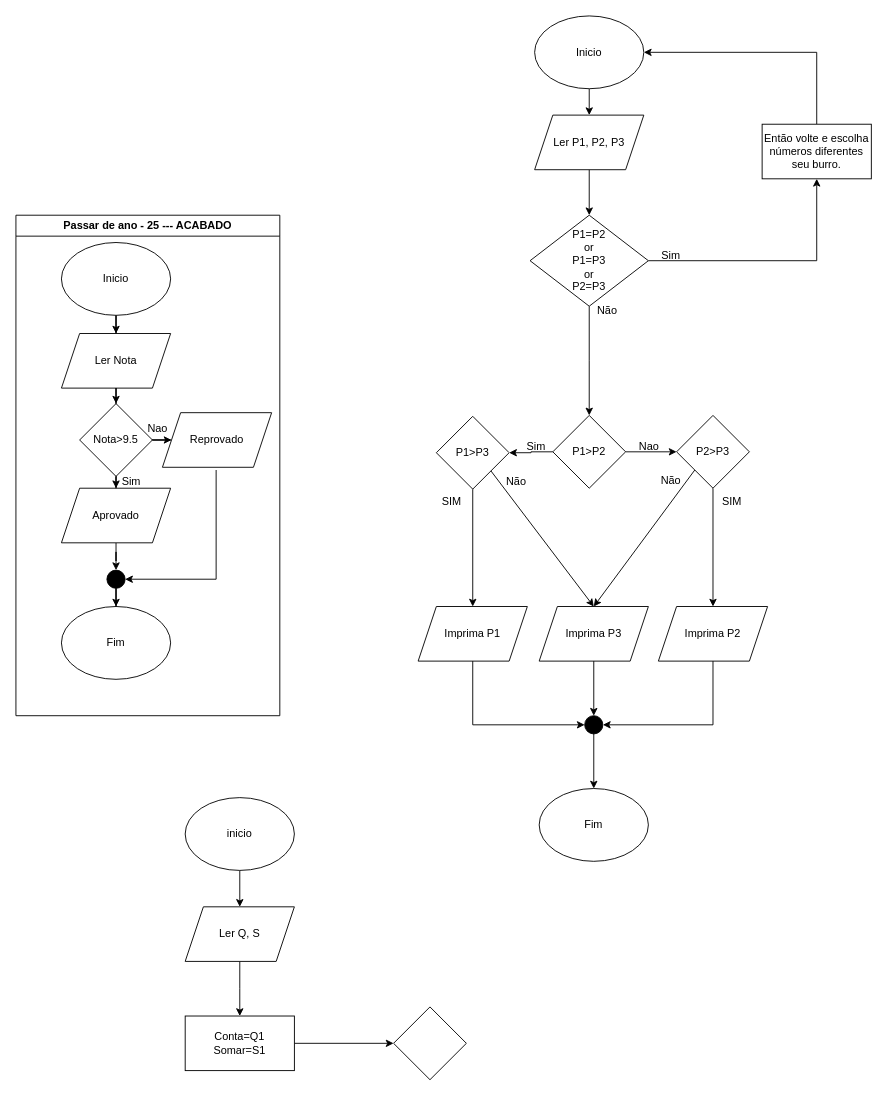
The draw.io diagram fluxogramas adiantados.drawio in pedrooomrqs/fluxograms, before the edit. Source tidied: cells renumbered, new cells numbered last; positions are measured from the earlier drawing's top-left corner, leaving out a move shared by most shapes. Both pictures are drawn from the tidied source at 91%, with x=0, y=0 at pixel (15, 15).
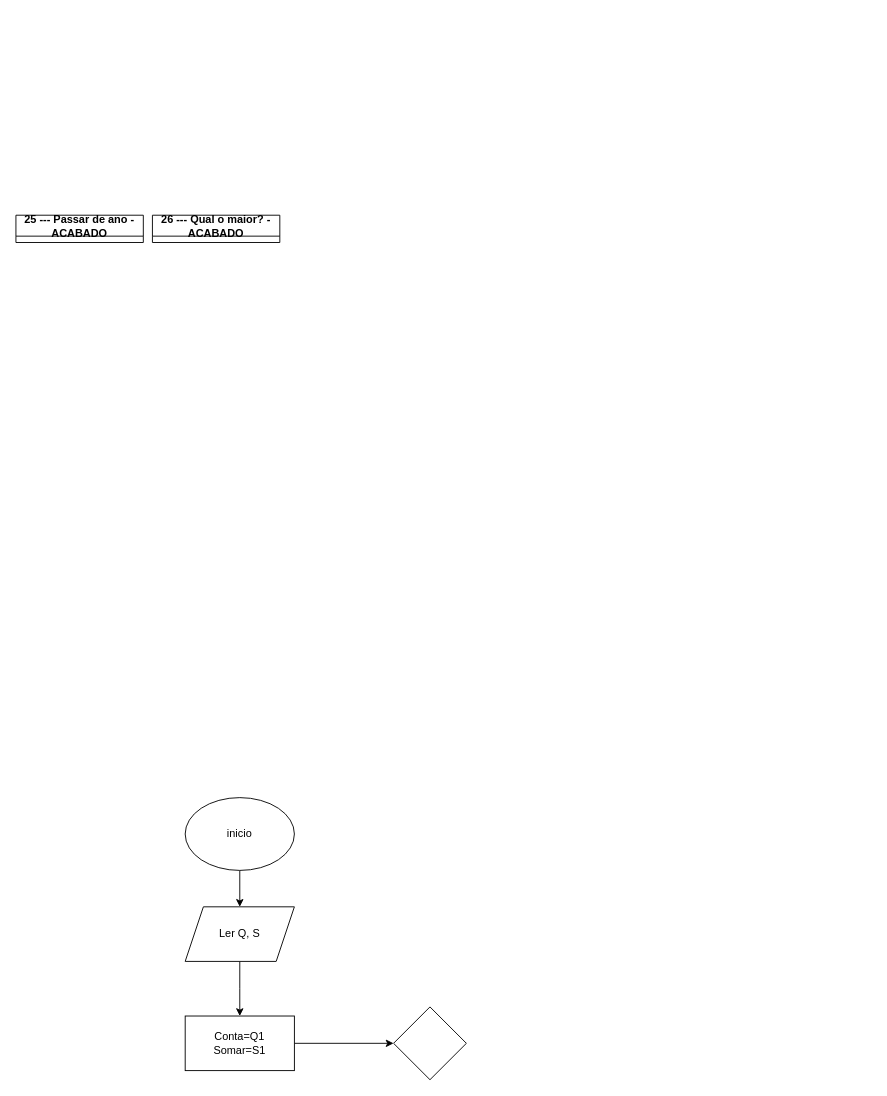
Above is the later version.

Change to the diagram source:
```diff
@@
-    <mxCell id="2" style="edgeStyle=orthogonalEdgeStyle;rounded=0;jettySize=auto;html=1;" parent="1" edge="1" source="3" target="5">
-      <mxGeometry relative="1" as="geometry" />
-    </mxCell>
-    <mxCell id="3" value="Inicio" style="ellipse;whiteSpace=wrap;html=1;" parent="1" vertex="1">
-      <mxGeometry x="50" y="249" width="120" height="80" as="geometry" />
-    </mxCell>
-    <mxCell id="4" style="edgeStyle=orthogonalEdgeStyle;rounded=0;jettySize=auto;html=1;" parent="1" edge="1" source="5" target="8">
-      <mxGeometry relative="1" as="geometry" />
-    </mxCell>
-    <mxCell id="5" value="Ler Nota" style="shape=parallelogram;perimeter=parallelogramPerimeter;whiteSpace=wrap;html=1;fixedSize=1;" parent="1" vertex="1">
-      <mxGeometry x="50" y="349" width="120" height="60" as="geometry" />
-    </mxCell>
-    <mxCell id="6" style="edgeStyle=orthogonalEdgeStyle;rounded=0;jettySize=auto;html=1;entryX=0;entryY=0.5;entryDx=0;entryDy=0;" parent="1" edge="1" source="8" target="9">
-      <mxGeometry relative="1" as="geometry" />
-    </mxCell>
-    <mxCell id="7" style="edgeStyle=orthogonalEdgeStyle;rounded=0;jettySize=auto;html=1;entryX=0.5;entryY=0;entryDx=0;entryDy=0;" parent="1" edge="1" source="8" target="12">
-      <mxGeometry relative="1" as="geometry" />
-    </mxCell>
-    <mxCell id="8" value="Nota&amp;gt;9.5" style="rhombus;whiteSpace=wrap;html=1;" parent="1" vertex="1">
-      <mxGeometry x="70" y="426" width="80" height="80" as="geometry" />
-    </mxCell>
-    <mxCell id="9" value="Reprovado" style="shape=parallelogram;perimeter=parallelogramPerimeter;whiteSpace=wrap;html=1;fixedSize=1;" parent="1" vertex="1">
-      <mxGeometry x="161" y="436" width="120" height="60" as="geometry" />
-    </mxCell>
-    <mxCell id="10" value="Nao" style="text;html=1;align=center;verticalAlign=middle;whiteSpace=wrap;rounded=0;" parent="1" vertex="1">
-      <mxGeometry x="126" y="439" width="60" height="30" as="geometry" />
-    </mxCell>
-    <mxCell id="11" style="edgeStyle=orthogonalEdgeStyle;rounded=0;jettySize=auto;html=1;" parent="1" edge="1" source="12" target="30">
-      <mxGeometry relative="1" as="geometry" />
-    </mxCell>
-    <mxCell id="12" value="Aprovado" style="shape=parallelogram;perimeter=parallelogramPerimeter;whiteSpace=wrap;html=1;fixedSize=1;" parent="1" vertex="1">
-      <mxGeometry x="50" y="519" width="120" height="60" as="geometry" />
-    </mxCell>
-    <mxCell id="13" value="Sim" style="text;html=1;align=center;verticalAlign=middle;whiteSpace=wrap;rounded=0;" parent="1" vertex="1">
-      <mxGeometry x="97" y="497" width="60" height="30" as="geometry" />
-    </mxCell>
-    <mxCell id="14" value="Fim" style="ellipse;whiteSpace=wrap;html=1;" parent="1" vertex="1">
-      <mxGeometry x="50" y="649" width="120" height="80" as="geometry" />
-    </mxCell>
-    <mxCell id="15" style="edgeStyle=orthogonalEdgeStyle;rounded=0;jettySize=auto;html=1;exitX=0.5;exitY=1;exitDx=0;exitDy=0;entryX=0.5;entryY=0;entryDx=0;entryDy=0;" parent="1" edge="1" source="16" target="21">
-      <mxGeometry relative="1" as="geometry" />
-    </mxCell>
-    <mxCell id="16" value="Inicio" style="ellipse;whiteSpace=wrap;html=1;" parent="1" vertex="1">
-      <mxGeometry x="570" width="120" height="80" as="geometry" />
-    </mxCell>
-    <mxCell id="17" style="edgeStyle=orthogonalEdgeStyle;rounded=0;jettySize=auto;html=1;" parent="1" edge="1" source="19" target="23">
-      <mxGeometry relative="1" as="geometry" />
-    </mxCell>
-    <mxCell id="18" style="edgeStyle=orthogonalEdgeStyle;rounded=0;jettySize=auto;html=1;" parent="1" edge="1" source="19" target="26">
-      <mxGeometry relative="1" as="geometry" />
-    </mxCell>
-    <mxCell id="19" value="P1&amp;gt;P2" style="rhombus;whiteSpace=wrap;html=1;" parent="1" vertex="1">
-      <mxGeometry x="590" y="439" width="80" height="80" as="geometry" />
-    </mxCell>
-    <mxCell id="20" style="edgeStyle=orthogonalEdgeStyle;rounded=0;jettySize=auto;html=1;" parent="1" edge="1" source="21" target="36">
-      <mxGeometry relative="1" as="geometry" />
-    </mxCell>
-    <mxCell id="21" value="Ler P1, P2, P3" style="shape=parallelogram;perimeter=parallelogramPerimeter;whiteSpace=wrap;html=1;fixedSize=1;" parent="1" vertex="1">
-      <mxGeometry x="570" y="109" width="120" height="60" as="geometry" />
-    </mxCell>
-    <mxCell id="22" style="edgeStyle=orthogonalEdgeStyle;rounded=0;jettySize=auto;html=1;entryX=0.5;entryY=0;entryDx=0;entryDy=0;" parent="1" edge="1" source="23" target="46">
-      <mxGeometry relative="1" as="geometry" />
-    </mxCell>
-    <mxCell id="23" value="P2&amp;gt;P3" style="rhombus;whiteSpace=wrap;html=1;" parent="1" vertex="1">
-      <mxGeometry x="726" y="439" width="80" height="80" as="geometry" />
-    </mxCell>
-    <mxCell id="24" value="Nao" style="text;html=1;align=center;verticalAlign=middle;whiteSpace=wrap;rounded=0;" parent="1" vertex="1">
-      <mxGeometry x="666" y="459" width="60" height="30" as="geometry" />
-    </mxCell>
-    <mxCell id="25" style="edgeStyle=orthogonalEdgeStyle;rounded=0;jettySize=auto;html=1;" parent="1" edge="1" source="26" target="50">
-      <mxGeometry relative="1" as="geometry" />
-    </mxCell>
-    <mxCell id="26" value="P1&amp;gt;P3" style="rhombus;whiteSpace=wrap;html=1;" parent="1" vertex="1">
-      <mxGeometry x="462" y="440" width="80" height="80" as="geometry" />
-    </mxCell>
-    <mxCell id="27" value="Sim" style="text;html=1;align=center;verticalAlign=middle;whiteSpace=wrap;rounded=0;" parent="1" vertex="1">
-      <mxGeometry x="542" y="459" width="60" height="30" as="geometry" />
-    </mxCell>
-    <mxCell id="28" value="Fim" style="ellipse;whiteSpace=wrap;html=1;" parent="1" vertex="1">
-      <mxGeometry x="575" y="849" width="120" height="80" as="geometry" />
-    </mxCell>
-    <mxCell id="29" style="edgeStyle=orthogonalEdgeStyle;rounded=0;jettySize=auto;html=1;" parent="1" edge="1" source="30" target="14">
-      <mxGeometry relative="1" as="geometry" />
-    </mxCell>
-    <mxCell id="30" style="ellipse;whiteSpace=wrap;html=1;fillColor=#000000;" parent="1" vertex="1">
-      <mxGeometry x="100" y="609" width="20" height="20" as="geometry" />
-    </mxCell>
-    <mxCell id="31" style="endArrow=none;html=1;rounded=0;" parent="1" edge="1">
-      <mxGeometry relative="1" as="geometry">
-        <mxPoint x="220" y="619" as="sourcePoint" />
-        <mxPoint x="220" y="499" as="targetPoint" />
-      </mxGeometry>
-    </mxCell>
-    <mxCell id="32" style="endArrow=classic;html=1;rounded=0;entryX=1;entryY=0.5;entryDx=0;entryDy=0;" parent="1" edge="1" target="30">
-      <mxGeometry relative="1" as="geometry">
-        <mxPoint x="220" y="619" as="sourcePoint" />
-      </mxGeometry>
-    </mxCell>
-    <mxCell id="33" value="Passar de ano - 25 --- ACABADO" style="swimlane;whiteSpace=wrap;html=1;" parent="1" vertex="1">
-      <mxGeometry y="219" width="290" height="550" as="geometry" />
+    <mxCell id="33" value="25 ---&amp;nbsp;&lt;span style=&quot;background-color: initial;&quot;&gt;Passar de ano - ACABADO&lt;/span&gt;" style="swimlane;whiteSpace=wrap;html=1;" parent="1" vertex="1" collapsed="1">
+      <mxGeometry y="219" width="140" height="30" as="geometry" />
     </mxCell>
-    <mxCell id="34" style="edgeStyle=orthogonalEdgeStyle;rounded=0;jettySize=auto;html=1;exitX=1;exitY=0.5;exitDx=0;exitDy=0;entryX=0.5;entryY=1;entryDx=0;entryDy=0;" parent="1" edge="1" source="36" target="38">
-      <mxGeometry relative="1" as="geometry" />
-    </mxCell>
-    <mxCell id="35" style="edgeStyle=orthogonalEdgeStyle;rounded=0;jettySize=auto;html=1;exitX=0.5;exitY=1;exitDx=0;exitDy=0;" parent="1" edge="1" source="36">
-      <mxGeometry relative="1" as="geometry">
-        <mxPoint x="630" y="439" as="targetPoint" />
-      </mxGeometry>
-    </mxCell>
-    <mxCell id="36" value="P1=P2&lt;div&gt;or&lt;/div&gt;&lt;div&gt;P1=P3&lt;/div&gt;&lt;div&gt;or&lt;/div&gt;&lt;div&gt;P2=P3&lt;/div&gt;" style="rhombus;whiteSpace=wrap;html=1;" parent="1" vertex="1">
-      <mxGeometry x="565" y="219" width="130" height="100" as="geometry" />
-    </mxCell>
-    <mxCell id="37" style="edgeStyle=orthogonalEdgeStyle;rounded=0;jettySize=auto;html=1;entryX=1;entryY=0.5;entryDx=0;entryDy=0;" parent="1" edge="1" source="38" target="16">
-      <mxGeometry relative="1" as="geometry">
-        <Array as="points">
-          <mxPoint x="880" y="40" />
-        </Array>
-      </mxGeometry>
-    </mxCell>
-    <mxCell id="38" value="Então volte e escolha números diferentes seu burro." style="rounded=0;whiteSpace=wrap;html=1;" parent="1" vertex="1">
-      <mxGeometry x="820" y="119" width="120" height="60" as="geometry" />
-    </mxCell>
-    <mxCell id="39" value="Sim" style="text;html=1;align=center;verticalAlign=middle;whiteSpace=wrap;rounded=0;" parent="1" vertex="1">
-      <mxGeometry x="690" y="249" width="60" height="30" as="geometry" />
-    </mxCell>
-    <mxCell id="40" value="Não" style="text;html=1;align=center;verticalAlign=middle;whiteSpace=wrap;rounded=0;" parent="1" vertex="1">
-      <mxGeometry x="620" y="309" width="60" height="30" as="geometry" />
-    </mxCell>
-    <mxCell id="41" style="edgeStyle=orthogonalEdgeStyle;rounded=0;orthogonalLoop=1;jettySize=auto;html=1;exitX=0.5;exitY=1;exitDx=0;exitDy=0;" parent="1" edge="1" source="40" target="40">
-      <mxGeometry relative="1" as="geometry" />
-    </mxCell>
-    <mxCell id="42" value="SIM" style="text;html=1;align=center;verticalAlign=middle;whiteSpace=wrap;rounded=0;" parent="1" vertex="1">
-      <mxGeometry x="449" y="519" width="60" height="30" as="geometry" />
-    </mxCell>
-    <mxCell id="43" value="SIM" style="text;html=1;align=center;verticalAlign=middle;whiteSpace=wrap;rounded=0;" parent="1" vertex="1">
-      <mxGeometry x="757" y="519" width="60" height="30" as="geometry" />
-    </mxCell>
-    <mxCell id="44" value="Não" style="text;html=1;align=center;verticalAlign=middle;whiteSpace=wrap;rounded=0;" parent="1" vertex="1">
-      <mxGeometry x="690" y="496" width="60" height="30" as="geometry" />
-    </mxCell>
-    <mxCell id="45" style="edgeStyle=orthogonalEdgeStyle;rounded=0;jettySize=auto;html=1;entryX=1;entryY=0.5;entryDx=0;entryDy=0;" parent="1" edge="1" source="46" target="54">
-      <mxGeometry relative="1" as="geometry">
-        <Array as="points">
-          <mxPoint x="766" y="779" />
-        </Array>
-      </mxGeometry>
-    </mxCell>
-    <mxCell id="46" value="Imprima P2" style="shape=parallelogram;perimeter=parallelogramPerimeter;whiteSpace=wrap;html=1;fixedSize=1;" parent="1" vertex="1">
-      <mxGeometry x="706" y="649" width="120" height="60" as="geometry" />
-    </mxCell>
-    <mxCell id="47" style="edgeStyle=orthogonalEdgeStyle;rounded=0;jettySize=auto;html=1;entryX=0.5;entryY=0;entryDx=0;entryDy=0;" parent="1" edge="1" source="48" target="54">
-      <mxGeometry relative="1" as="geometry" />
-    </mxCell>
-    <mxCell id="48" value="Imprima P3" style="shape=parallelogram;perimeter=parallelogramPerimeter;whiteSpace=wrap;html=1;fixedSize=1;" parent="1" vertex="1">
-      <mxGeometry x="575" y="649" width="120" height="60" as="geometry" />
-    </mxCell>
-    <mxCell id="49" style="edgeStyle=orthogonalEdgeStyle;rounded=0;jettySize=auto;html=1;entryX=0;entryY=0.5;entryDx=0;entryDy=0;" parent="1" edge="1" source="50" target="54">
-      <mxGeometry relative="1" as="geometry">
-        <Array as="points">
-          <mxPoint x="502" y="779" />
-        </Array>
-      </mxGeometry>
-    </mxCell>
-    <mxCell id="50" value="Imprima P1" style="shape=parallelogram;perimeter=parallelogramPerimeter;whiteSpace=wrap;html=1;fixedSize=1;" parent="1" vertex="1">
-      <mxGeometry x="442" y="649" width="120" height="60" as="geometry" />
-    </mxCell>
-    <mxCell id="51" style="endArrow=classic;html=1;rounded=0;entryX=0.5;entryY=0;entryDx=0;entryDy=0;exitX=1;exitY=1;exitDx=0;exitDy=0;" parent="1" edge="1" source="26" target="48">
-      <mxGeometry relative="1" as="geometry" />
-    </mxCell>
-    <mxCell id="52" style="endArrow=classic;html=1;rounded=0;exitX=0;exitY=1;exitDx=0;exitDy=0;entryX=0.5;entryY=0;entryDx=0;entryDy=0;" parent="1" edge="1" source="23" target="48">
-      <mxGeometry relative="1" as="geometry" />
-    </mxCell>
-    <mxCell id="53" style="edgeStyle=orthogonalEdgeStyle;rounded=0;jettySize=auto;html=1;entryX=0.5;entryY=0;entryDx=0;entryDy=0;" parent="1" edge="1" source="54" target="28">
-      <mxGeometry relative="1" as="geometry" />
-    </mxCell>
-    <mxCell id="54" style="ellipse;whiteSpace=wrap;html=1;fillColor=#000000;" parent="1" vertex="1">
-      <mxGeometry x="625" y="769" width="20" height="20" as="geometry" />
-    </mxCell>
-    <mxCell id="55" value="Não" style="text;html=1;align=center;verticalAlign=middle;whiteSpace=wrap;rounded=0;" parent="1" vertex="1">
-      <mxGeometry x="520" y="497" width="60" height="30" as="geometry" />
-    </mxCell>
@@
+    <mxCell id="63" value="26 --- Qual o maior? - ACABADO" style="swimlane;whiteSpace=wrap;html=1;" parent="1" vertex="1" collapsed="1">
+      <mxGeometry x="150" y="219" width="140" height="30" as="geometry" />
+    </mxCell>
```
